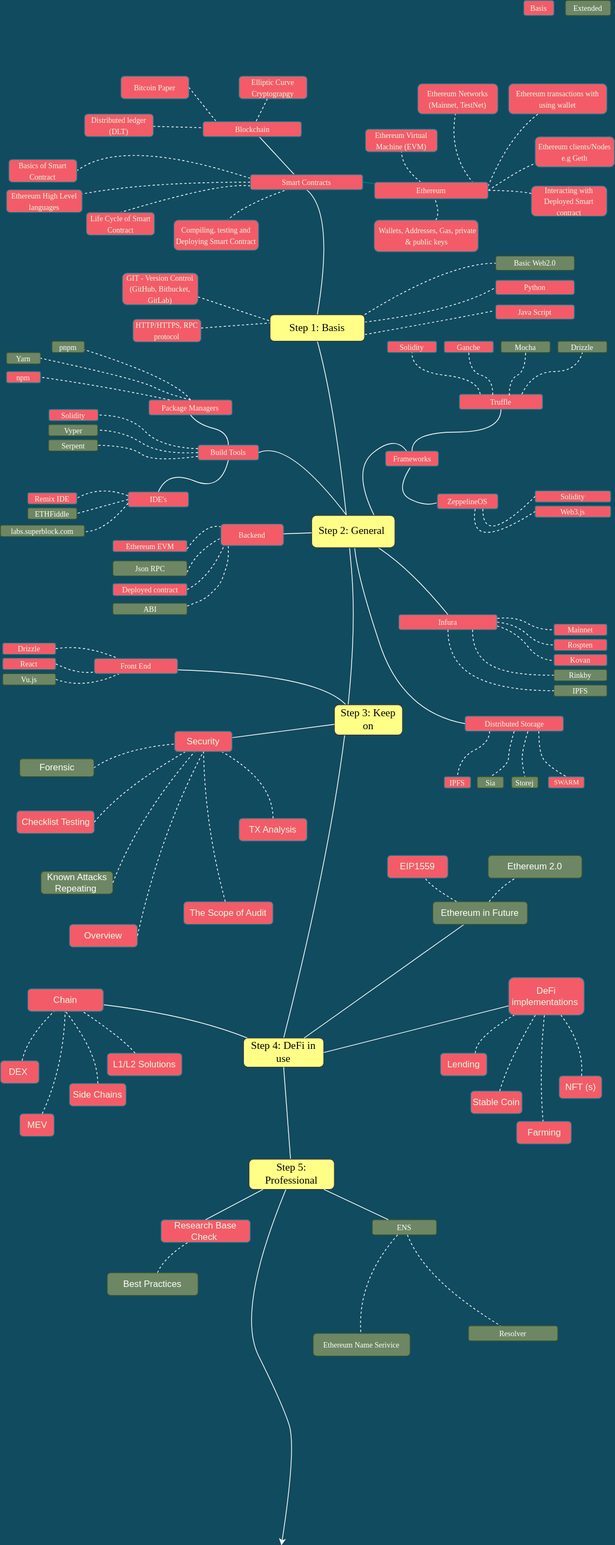
Before: dapp-developer-roadmap_-Page-1.svg, a diagram exported from draw.io (OffcierCia/DeFi-Developer-Road-Map). Source tidied: cells renumbered, new cells last; positions are measured from the earlier drawing's top-left corner, leaving out a move shared by most shapes.
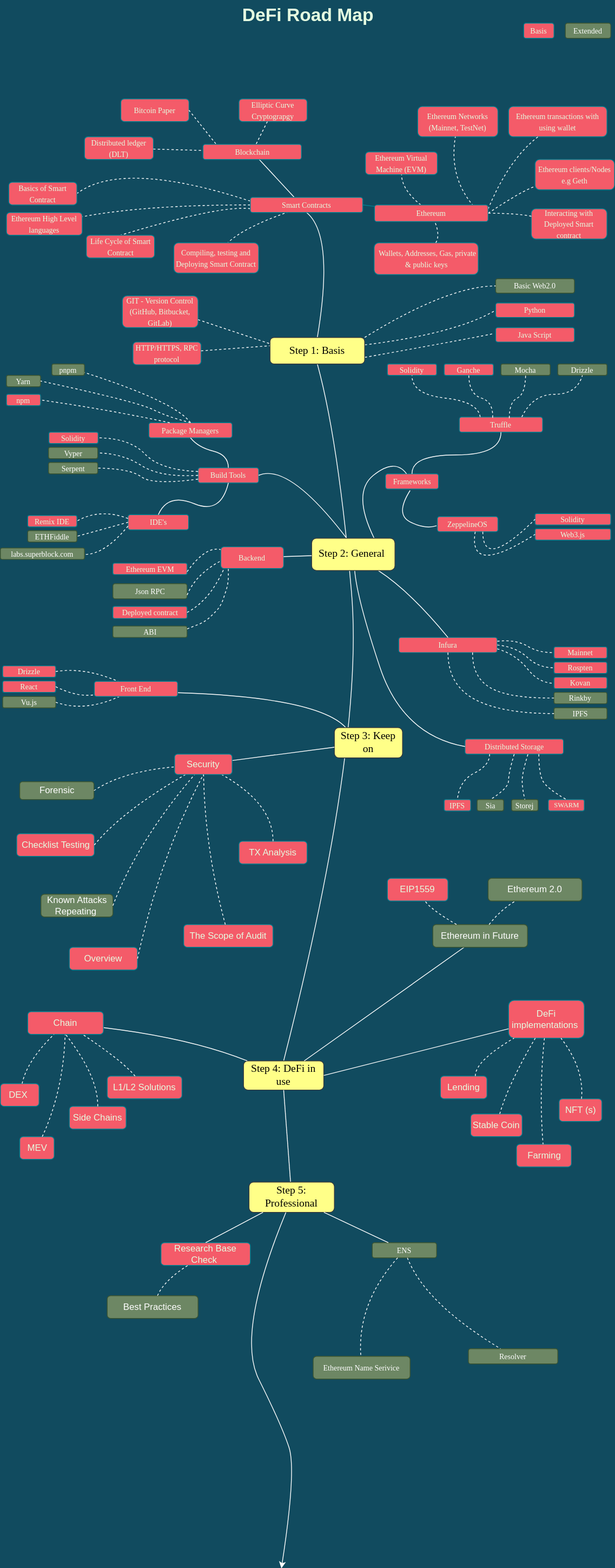
The same file after the commit.

Diff of the diagram source:
```diff
@@ -911,5 +911,8 @@
         </Array>
       </mxGeometry>
     </mxCell>
+    <mxCell id="188" value="DeFi Road Map" style="text;strokeColor=none;fillColor=none;html=1;fontSize=24;fontStyle=1;verticalAlign=middle;align=center;rounded=0;sketch=0;fontColor=#E4FDE1;" parent="1" vertex="1">
+      <mxGeometry x="356" y="-30" width="100" height="40" as="geometry" />
+    </mxCell>
   </root>
 </mxGraphModel>
```
